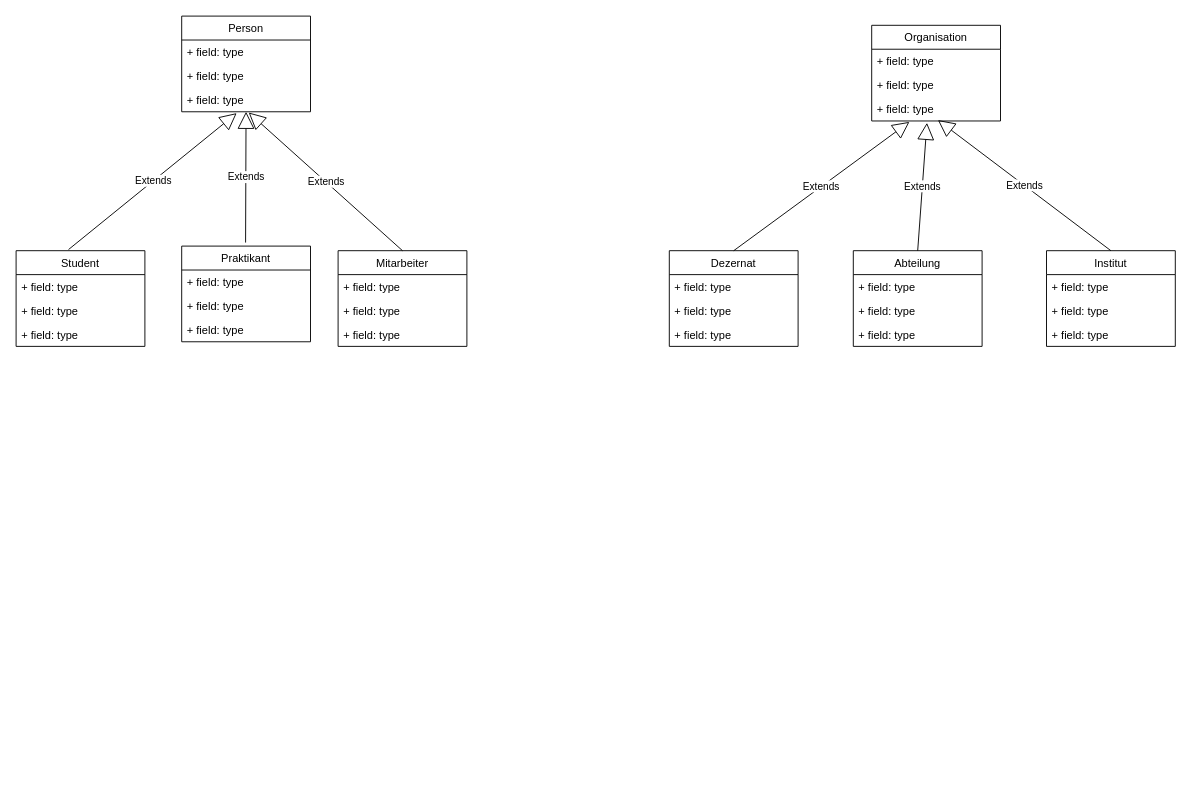
Before: UML Diagram/Ausleihsystem.drawio in l3ehzad/JavaProjects, a draw.io diagram. Source tidied: cells renumbered, new cells numbered last; positions are measured from the earlier drawing's top-left corner, leaving out a move shared by most shapes. Both pictures are drawn from the tidied source at 92%, with x=0, y=0 at pixel (16, 16).
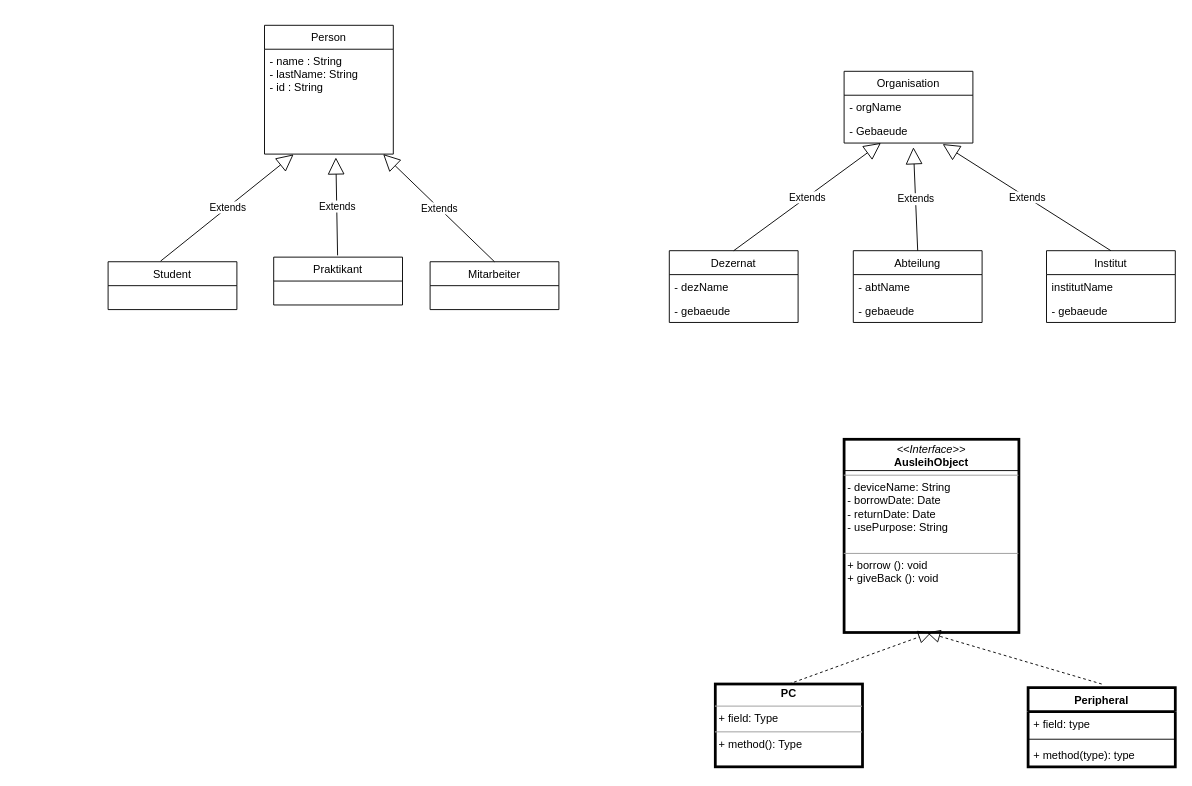
The same diagram, later.

Change to the diagram source:
```diff
@@
     <mxCell id="2" value="Person" style="swimlane;fontStyle=0;horizontal=1;startSize=26;fillColor=none;" parent="1" vertex="1">
-      <mxGeometry x="180" width="140" height="104" as="geometry" />
+      <mxGeometry x="270" y="10" width="140" height="140" as="geometry" />
     </mxCell>
-    <mxCell id="3" value="+ field: type" style="text;strokeColor=none;fillColor=none;align=left;verticalAlign=top;spacingLeft=4;spacingRight=4;overflow=hidden;points=[[0,0.5],[1,0.5]];portConstraint=eastwest;" parent="2" vertex="1">
-      <mxGeometry y="26" width="140" height="26" as="geometry" />
+    <mxCell id="3" value="- name : String&#10;- lastName: String&#10;- id : String&#10;" style="text;strokeColor=none;fillColor=none;align=left;verticalAlign=top;spacingLeft=4;spacingRight=4;overflow=hidden;points=[[0,0.5],[1,0.5]];portConstraint=eastwest;" parent="2" vertex="1">
+      <mxGeometry y="26" width="140" height="114" as="geometry" />
     </mxCell>
-    <mxCell id="4" value="+ field: type" style="text;strokeColor=none;fillColor=none;align=left;verticalAlign=top;spacingLeft=4;spacingRight=4;overflow=hidden;" parent="2" vertex="1">
-      <mxGeometry y="52" width="140" height="26" as="geometry" />
-    </mxCell>
-    <mxCell id="5" value="+ field: type" style="text;strokeColor=none;fillColor=none;align=left;verticalAlign=top;spacingLeft=4;spacingRight=4;overflow=hidden;points=[[0,0.5],[1,0.5]];portConstraint=eastwest;" parent="2" vertex="1">
-      <mxGeometry y="78" width="140" height="26" as="geometry" />
-    </mxCell>
     <mxCell id="6" value="Praktikant" style="swimlane;fontStyle=0;horizontal=1;startSize=26;fillColor=none;" parent="1" vertex="1">
-      <mxGeometry x="180" y="250" width="140" height="104" as="geometry" />
+      <mxGeometry x="280" y="262" width="140" height="52" as="geometry" />
     </mxCell>
-    <mxCell id="7" value="+ field: type" style="text;strokeColor=none;fillColor=none;align=left;verticalAlign=top;spacingLeft=4;spacingRight=4;overflow=hidden;" parent="6" vertex="1">
-      <mxGeometry y="26" width="140" height="26" as="geometry" />
-    </mxCell>
-    <mxCell id="8" value="+ field: type" style="text;strokeColor=none;fillColor=none;align=left;verticalAlign=top;spacingLeft=4;spacingRight=4;overflow=hidden;" parent="6" vertex="1">
-      <mxGeometry y="52" width="140" height="26" as="geometry" />
-    </mxCell>
-    <mxCell id="9" value="+ field: type" style="text;strokeColor=none;fillColor=none;align=left;verticalAlign=top;spacingLeft=4;spacingRight=4;overflow=hidden;" parent="6" vertex="1">
-      <mxGeometry y="78" width="140" height="26" as="geometry" />
-    </mxCell>
     <mxCell id="10" value="Student" style="swimlane;fontStyle=0;horizontal=1;startSize=26;fillColor=none;" parent="1" vertex="1">
-      <mxGeometry y="255" width="140" height="104" as="geometry" />
+      <mxGeometry x="100" y="267" width="140" height="52" as="geometry" />
     </mxCell>
-    <mxCell id="11" value="+ field: type" style="text;strokeColor=none;fillColor=none;align=left;verticalAlign=top;spacingLeft=4;spacingRight=4;overflow=hidden;" parent="10" vertex="1">
-      <mxGeometry y="26" width="140" height="26" as="geometry" />
-    </mxCell>
-    <mxCell id="12" value="+ field: type" style="text;strokeColor=none;fillColor=none;align=left;verticalAlign=top;spacingLeft=4;spacingRight=4;overflow=hidden;" parent="10" vertex="1">
-      <mxGeometry y="52" width="140" height="26" as="geometry" />
-    </mxCell>
-    <mxCell id="13" value="+ field: type" style="text;strokeColor=none;fillColor=none;align=left;verticalAlign=top;spacingLeft=4;spacingRight=4;overflow=hidden;" parent="10" vertex="1">
-      <mxGeometry y="78" width="140" height="26" as="geometry" />
-    </mxCell>
     <mxCell id="14" value="Mitarbeiter" style="swimlane;fontStyle=0;horizontal=1;startSize=26;fillColor=none;" parent="1" vertex="1">
-      <mxGeometry x="350" y="255" width="140" height="104" as="geometry" />
+      <mxGeometry x="450" y="267" width="140" height="52" as="geometry" />
     </mxCell>
-    <mxCell id="15" value="+ field: type" style="text;strokeColor=none;fillColor=none;align=left;verticalAlign=top;spacingLeft=4;spacingRight=4;overflow=hidden;" parent="14" vertex="1">
-      <mxGeometry y="26" width="140" height="26" as="geometry" />
-    </mxCell>
-    <mxCell id="16" value="+ field: type" style="text;strokeColor=none;fillColor=none;align=left;verticalAlign=top;spacingLeft=4;spacingRight=4;overflow=hidden;" parent="14" vertex="1">
-      <mxGeometry y="52" width="140" height="26" as="geometry" />
-    </mxCell>
-    <mxCell id="17" value="+ field: type" style="text;strokeColor=none;fillColor=none;align=left;verticalAlign=top;spacingLeft=4;spacingRight=4;overflow=hidden;" parent="14" vertex="1">
-      <mxGeometry y="78" width="140" height="26" as="geometry" />
-    </mxCell>
-    <mxCell id="18" value="Extends" style="endArrow=block;endSize=16;endFill=0;html=1;entryX=0.427;entryY=1.057;entryDx=0;entryDy=0;entryPerimeter=0;exitX=0.407;exitY=-0.012;exitDx=0;exitDy=0;exitPerimeter=0;" parent="1" edge="1" source="10" target="5">
+    <mxCell id="18" value="Extends" style="endArrow=block;endSize=16;endFill=0;html=1;entryX=0.226;entryY=1.003;entryDx=0;entryDy=0;entryPerimeter=0;exitX=0.407;exitY=-0.012;exitDx=0;exitDy=0;exitPerimeter=0;" parent="1" edge="1" source="10" target="3">
       <mxGeometry relative="1" as="geometry" />
     </mxCell>
     <mxCell id="19" value="Organisation" style="swimlane;fontStyle=0;horizontal=1;startSize=26;fillColor=none;" parent="1" vertex="1">
-      <mxGeometry x="930" y="10" width="140" height="104" as="geometry" />
+      <mxGeometry x="900" y="60" width="140" height="78" as="geometry" />
     </mxCell>
-    <mxCell id="20" value="+ field: type" style="text;strokeColor=none;fillColor=none;align=left;verticalAlign=top;spacingLeft=4;spacingRight=4;overflow=hidden;" parent="19" vertex="1">
+    <mxCell id="20" value="- orgName" style="text;strokeColor=none;fillColor=none;align=left;verticalAlign=top;spacingLeft=4;spacingRight=4;overflow=hidden;" parent="19" vertex="1">
       <mxGeometry y="26" width="140" height="26" as="geometry" />
     </mxCell>
-    <mxCell id="21" value="+ field: type" style="text;strokeColor=none;fillColor=none;align=left;verticalAlign=top;spacingLeft=4;spacingRight=4;overflow=hidden;points=[[0,0.5],[1,0.5]];portConstraint=eastwest;" parent="19" vertex="1">
+    <mxCell id="21" value="- Gebaeude " style="text;strokeColor=none;fillColor=none;align=left;verticalAlign=top;spacingLeft=4;spacingRight=4;overflow=hidden;points=[[0,0.5],[1,0.5]];portConstraint=eastwest;" parent="19" vertex="1">
       <mxGeometry y="52" width="140" height="26" as="geometry" />
     </mxCell>
-    <mxCell id="22" value="+ field: type" style="text;strokeColor=none;fillColor=none;align=left;verticalAlign=top;spacingLeft=4;spacingRight=4;overflow=hidden;points=[[0,0.5],[1,0.5]];portConstraint=eastwest;" parent="19" vertex="1">
-      <mxGeometry y="78" width="140" height="26" as="geometry" />
-    </mxCell>
     <mxCell id="23" value="Dezernat" style="swimlane;fontStyle=0;horizontal=1;startSize=26;fillColor=none;" parent="1" vertex="1">
-      <mxGeometry x="710" y="255" width="140" height="104" as="geometry" />
+      <mxGeometry x="710" y="255" width="140" height="78" as="geometry" />
     </mxCell>
-    <mxCell id="24" value="+ field: type" style="text;strokeColor=none;fillColor=none;align=left;verticalAlign=top;spacingLeft=4;spacingRight=4;overflow=hidden;" parent="23" vertex="1">
+    <mxCell id="24" value="- dezName" style="text;strokeColor=none;fillColor=none;align=left;verticalAlign=top;spacingLeft=4;spacingRight=4;overflow=hidden;" parent="23" vertex="1">
       <mxGeometry y="26" width="140" height="26" as="geometry" />
     </mxCell>
-    <mxCell id="25" value="+ field: type" style="text;strokeColor=none;fillColor=none;align=left;verticalAlign=top;spacingLeft=4;spacingRight=4;overflow=hidden;" parent="23" vertex="1">
+    <mxCell id="25" value="- gebaeude " style="text;strokeColor=none;fillColor=none;align=left;verticalAlign=top;spacingLeft=4;spacingRight=4;overflow=hidden;" parent="23" vertex="1">
       <mxGeometry y="52" width="140" height="26" as="geometry" />
     </mxCell>
-    <mxCell id="26" value="+ field: type" style="text;strokeColor=none;fillColor=none;align=left;verticalAlign=top;spacingLeft=4;spacingRight=4;overflow=hidden;" parent="23" vertex="1">
-      <mxGeometry y="78" width="140" height="26" as="geometry" />
-    </mxCell>
     <mxCell id="27" value="Institut" style="swimlane;fontStyle=0;horizontal=1;startSize=26;fillColor=none;" parent="1" vertex="1">
-      <mxGeometry x="1120" y="255" width="140" height="104" as="geometry" />
+      <mxGeometry x="1120" y="255" width="140" height="78" as="geometry" />
     </mxCell>
-    <mxCell id="28" value="+ field: type" style="text;strokeColor=none;fillColor=none;align=left;verticalAlign=top;spacingLeft=4;spacingRight=4;overflow=hidden;" parent="27" vertex="1">
+    <mxCell id="28" value="institutName" style="text;strokeColor=none;fillColor=none;align=left;verticalAlign=top;spacingLeft=4;spacingRight=4;overflow=hidden;" parent="27" vertex="1">
       <mxGeometry y="26" width="140" height="26" as="geometry" />
     </mxCell>
-    <mxCell id="29" value="+ field: type" style="text;strokeColor=none;fillColor=none;align=left;verticalAlign=top;spacingLeft=4;spacingRight=4;overflow=hidden;" parent="27" vertex="1">
+    <mxCell id="29" value="- gebaeude " style="text;strokeColor=none;fillColor=none;align=left;verticalAlign=top;spacingLeft=4;spacingRight=4;overflow=hidden;" parent="27" vertex="1">
       <mxGeometry y="52" width="140" height="26" as="geometry" />
     </mxCell>
-    <mxCell id="30" value="+ field: type" style="text;strokeColor=none;fillColor=none;align=left;verticalAlign=top;spacingLeft=4;spacingRight=4;overflow=hidden;" parent="27" vertex="1">
-      <mxGeometry y="78" width="140" height="26" as="geometry" />
-    </mxCell>
     <mxCell id="31" value="Abteilung" style="swimlane;fontStyle=0;horizontal=1;startSize=26;fillColor=none;" parent="1" vertex="1">
-      <mxGeometry x="910" y="255" width="140" height="104" as="geometry" />
+      <mxGeometry x="910" y="255" width="140" height="78" as="geometry" />
     </mxCell>
-    <mxCell id="32" value="+ field: type" style="text;strokeColor=none;fillColor=none;align=left;verticalAlign=top;spacingLeft=4;spacingRight=4;overflow=hidden;" parent="31" vertex="1">
+    <mxCell id="32" value="- abtName" style="text;strokeColor=none;fillColor=none;align=left;verticalAlign=top;spacingLeft=4;spacingRight=4;overflow=hidden;" parent="31" vertex="1">
       <mxGeometry y="26" width="140" height="26" as="geometry" />
     </mxCell>
-    <mxCell id="33" value="+ field: type" style="text;strokeColor=none;fillColor=none;align=left;verticalAlign=top;spacingLeft=4;spacingRight=4;overflow=hidden;" parent="31" vertex="1">
+    <mxCell id="33" value="- gebaeude " style="text;strokeColor=none;fillColor=none;align=left;verticalAlign=top;spacingLeft=4;spacingRight=4;overflow=hidden;" parent="31" vertex="1">
       <mxGeometry y="52" width="140" height="26" as="geometry" />
     </mxCell>
-    <mxCell id="34" value="+ field: type" style="text;strokeColor=none;fillColor=none;align=left;verticalAlign=top;spacingLeft=4;spacingRight=4;overflow=hidden;" parent="31" vertex="1">
-      <mxGeometry y="78" width="140" height="26" as="geometry" />
-    </mxCell>
-    <mxCell id="35" value="Extends" style="endArrow=block;endSize=16;endFill=0;html=1;exitX=0.5;exitY=0;exitDx=0;exitDy=0;entryX=0.52;entryY=1.031;entryDx=0;entryDy=0;entryPerimeter=0;" parent="1" edge="1" source="14" target="5">
+    <mxCell id="35" value="Extends" style="endArrow=block;endSize=16;endFill=0;html=1;exitX=0.5;exitY=0;exitDx=0;exitDy=0;" parent="1" edge="1" source="14" target="3">
       <mxGeometry relative="1" as="geometry" />
     </mxCell>
-    <mxCell id="36" value="Extends" style="endArrow=block;endSize=16;endFill=0;html=1;exitX=0.496;exitY=-0.037;exitDx=0;exitDy=0;exitPerimeter=0;" parent="1" edge="1" source="6" target="5">
+    <mxCell id="36" value="Extends" style="endArrow=block;endSize=16;endFill=0;html=1;exitX=0.496;exitY=-0.037;exitDx=0;exitDy=0;exitPerimeter=0;entryX=0.554;entryY=1.032;entryDx=0;entryDy=0;entryPerimeter=0;" parent="1" edge="1" source="6" target="3">
       <mxGeometry relative="1" as="geometry" />
     </mxCell>
-    <mxCell id="37" value="Extends" style="endArrow=block;endSize=16;endFill=0;html=1;entryX=0.514;entryY=0.962;entryDx=0;entryDy=0;entryPerimeter=0;exitX=0.5;exitY=0;exitDx=0;exitDy=0;" parent="1" edge="1" source="27" target="22">
+    <mxCell id="37" value="Extends" style="endArrow=block;endSize=16;endFill=0;html=1;entryX=0.765;entryY=1.041;entryDx=0;entryDy=0;entryPerimeter=0;exitX=0.5;exitY=0;exitDx=0;exitDy=0;" parent="1" edge="1" source="27" target="21">
       <mxGeometry relative="1" as="geometry" />
     </mxCell>
-    <mxCell id="38" value="Extends" style="endArrow=block;endSize=16;endFill=0;html=1;exitX=0.5;exitY=0;exitDx=0;exitDy=0;entryX=0.293;entryY=1.038;entryDx=0;entryDy=0;entryPerimeter=0;" parent="1" edge="1" source="23" target="22">
+    <mxCell id="38" value="Extends" style="endArrow=block;endSize=16;endFill=0;html=1;exitX=0.5;exitY=0;exitDx=0;exitDy=0;entryX=0.286;entryY=0.995;entryDx=0;entryDy=0;entryPerimeter=0;" parent="1" edge="1" source="23" target="21">
       <mxGeometry relative="1" as="geometry" />
     </mxCell>
-    <mxCell id="39" value="Extends" style="endArrow=block;endSize=16;endFill=0;html=1;exitX=0.5;exitY=0;exitDx=0;exitDy=0;entryX=0.429;entryY=1.077;entryDx=0;entryDy=0;entryPerimeter=0;" parent="1" edge="1" source="31" target="22">
+    <mxCell id="39" value="Extends" style="endArrow=block;endSize=16;endFill=0;html=1;exitX=0.5;exitY=0;exitDx=0;exitDy=0;entryX=0.538;entryY=1.176;entryDx=0;entryDy=0;entryPerimeter=0;" parent="1" edge="1" source="31" target="21">
       <mxGeometry relative="1" as="geometry" />
     </mxCell>
+    <mxCell id="40" value="&lt;p style=&quot;margin: 0px ; margin-top: 4px ; text-align: center&quot;&gt;&lt;i&gt;&amp;lt;&amp;lt;Interface&amp;gt;&amp;gt;&lt;/i&gt;&lt;br&gt;&lt;b&gt;AusleihObject&lt;/b&gt;&lt;/p&gt;&lt;hr size=&quot;1&quot;&gt;&lt;p style=&quot;margin: 0px ; margin-left: 4px&quot;&gt;- deviceName: String&lt;/p&gt;&lt;p style=&quot;margin: 0px ; margin-left: 4px&quot;&gt;- borrowDate: Date&lt;/p&gt;&lt;p style=&quot;margin: 0px ; margin-left: 4px&quot;&gt;- returnDate: Date&lt;/p&gt;&lt;p style=&quot;margin: 0px ; margin-left: 4px&quot;&gt;- usePurpose: String&lt;/p&gt;&lt;p style=&quot;margin: 0px ; margin-left: 4px&quot;&gt;&lt;br&gt;&lt;/p&gt;&lt;hr size=&quot;1&quot;&gt;&lt;p style=&quot;margin: 0px ; margin-left: 4px&quot;&gt;+ borrow (): void&lt;br&gt;+ giveBack (): void&lt;/p&gt;" style="verticalAlign=top;align=left;overflow=fill;fontSize=12;fontFamily=Helvetica;html=1;rounded=0;shadow=0;glass=0;strokeWidth=3;" parent="1" vertex="1">
+      <mxGeometry x="900" y="460" width="190" height="210" as="geometry" />
+    </mxCell>
+    <mxCell id="41" value="&lt;p style=&quot;margin: 0px ; margin-top: 4px ; text-align: center&quot;&gt;&lt;b&gt;PC&lt;/b&gt;&lt;/p&gt;&lt;hr size=&quot;1&quot;&gt;&lt;p style=&quot;margin: 0px ; margin-left: 4px&quot;&gt;+ field: Type&lt;/p&gt;&lt;hr size=&quot;1&quot;&gt;&lt;p style=&quot;margin: 0px ; margin-left: 4px&quot;&gt;+ method(): Type&lt;/p&gt;" style="verticalAlign=top;align=left;overflow=fill;fontSize=12;fontFamily=Helvetica;html=1;rounded=0;shadow=0;glass=0;strokeWidth=3;" parent="1" vertex="1">
+      <mxGeometry x="760" y="726" width="160" height="90" as="geometry" />
+    </mxCell>
+    <mxCell id="42" style="line;strokeWidth=1;fillColor=none;align=left;verticalAlign=middle;spacingTop=-1;spacingLeft=3;spacingRight=3;labelPosition=right;rounded=0;shadow=0;glass=0;" parent="1" vertex="1">
+      <mxGeometry x="900" y="490" width="190" height="8" as="geometry" />
+    </mxCell>
+    <mxCell id="43" style="endArrow=block;dashed=1;endFill=0;endSize=12;html=1;exitX=0.5;exitY=0;exitDx=0;exitDy=0;entryX=0.5;entryY=1;entryDx=0;entryDy=0;" parent="1" edge="1" source="41" target="40">
+      <mxGeometry relative="1" as="geometry" />
+    </mxCell>
+    <mxCell id="44" style="endArrow=block;dashed=1;endFill=0;endSize=12;html=1;exitX=0.5;exitY=0;exitDx=0;exitDy=0;" parent="1" edge="1">
+      <mxGeometry relative="1" as="geometry">
+        <mxPoint x="1180" y="726" as="sourcePoint" />
+        <mxPoint x="990" y="670" as="targetPoint" />
+      </mxGeometry>
+    </mxCell>
+    <mxCell id="45" value="Peripheral" style="swimlane;fontStyle=1;align=center;verticalAlign=top;horizontal=1;startSize=26;rounded=0;shadow=0;glass=0;strokeWidth=3;" parent="1" vertex="1">
+      <mxGeometry x="1100" y="730" width="160" height="86" as="geometry" />
+    </mxCell>
+    <mxCell id="46" value="+ field: type" style="text;strokeColor=none;fillColor=none;align=left;verticalAlign=top;spacingLeft=4;spacingRight=4;overflow=hidden;" parent="45" vertex="1">
+      <mxGeometry y="26" width="160" height="26" as="geometry" />
+    </mxCell>
+    <mxCell id="47" style="line;strokeWidth=1;fillColor=none;align=left;verticalAlign=middle;spacingTop=-1;spacingLeft=3;spacingRight=3;labelPosition=right;" parent="45" vertex="1">
+      <mxGeometry y="52" width="160" height="8" as="geometry" />
+    </mxCell>
+    <mxCell id="48" value="+ method(type): type" style="text;strokeColor=none;fillColor=none;align=left;verticalAlign=top;spacingLeft=4;spacingRight=4;overflow=hidden;" parent="45" vertex="1">
+      <mxGeometry y="60" width="160" height="26" as="geometry" />
+    </mxCell>
```
